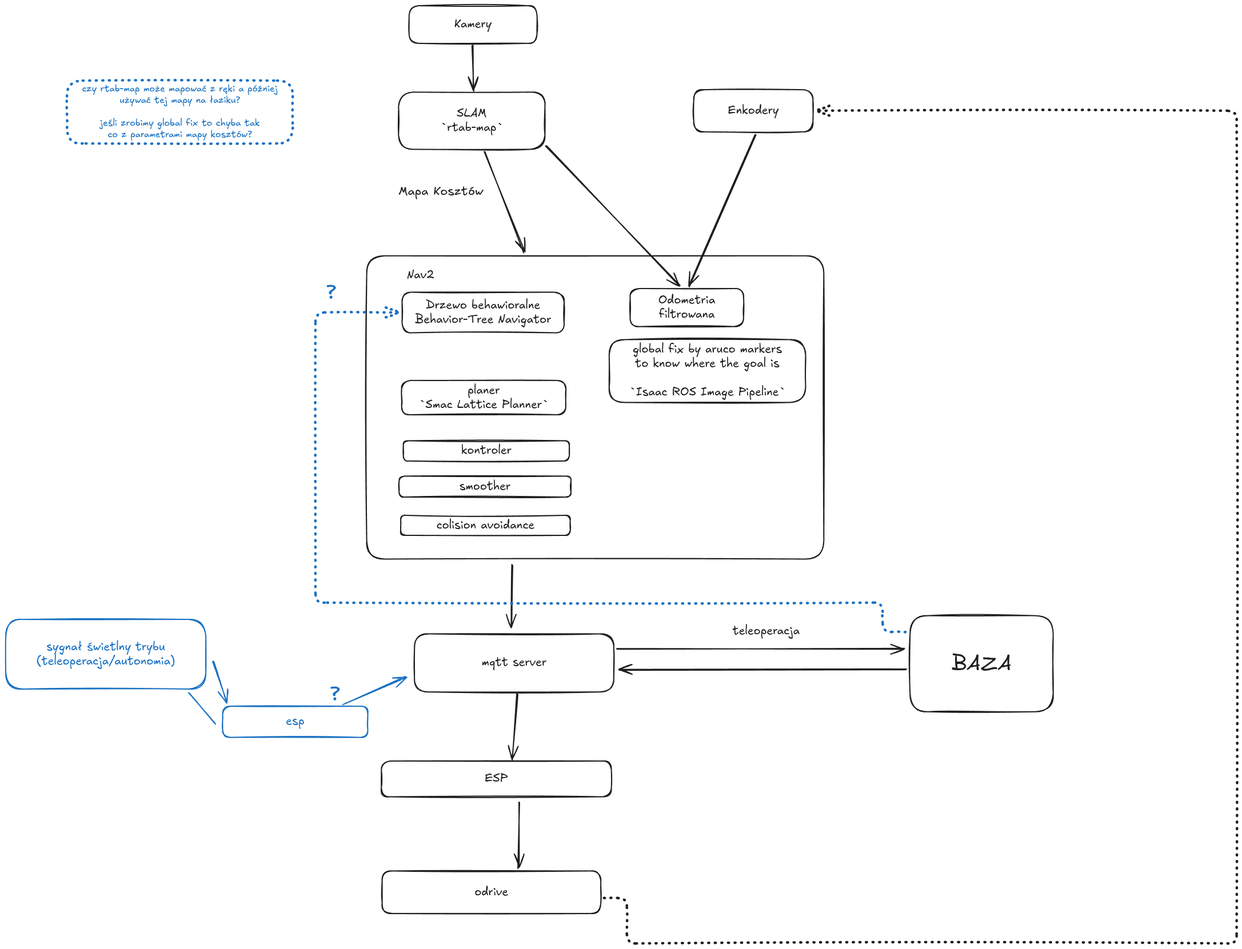
Earlier version of the Excalidraw export PLAN.excalidraw.png (knmicrochip/ORION_VI_NAVIGATION_STACK). Source tidied: one line per element, renumbered; positions are measured from the earlier drawing's top-left corner, leaving out a move shared by most shapes.
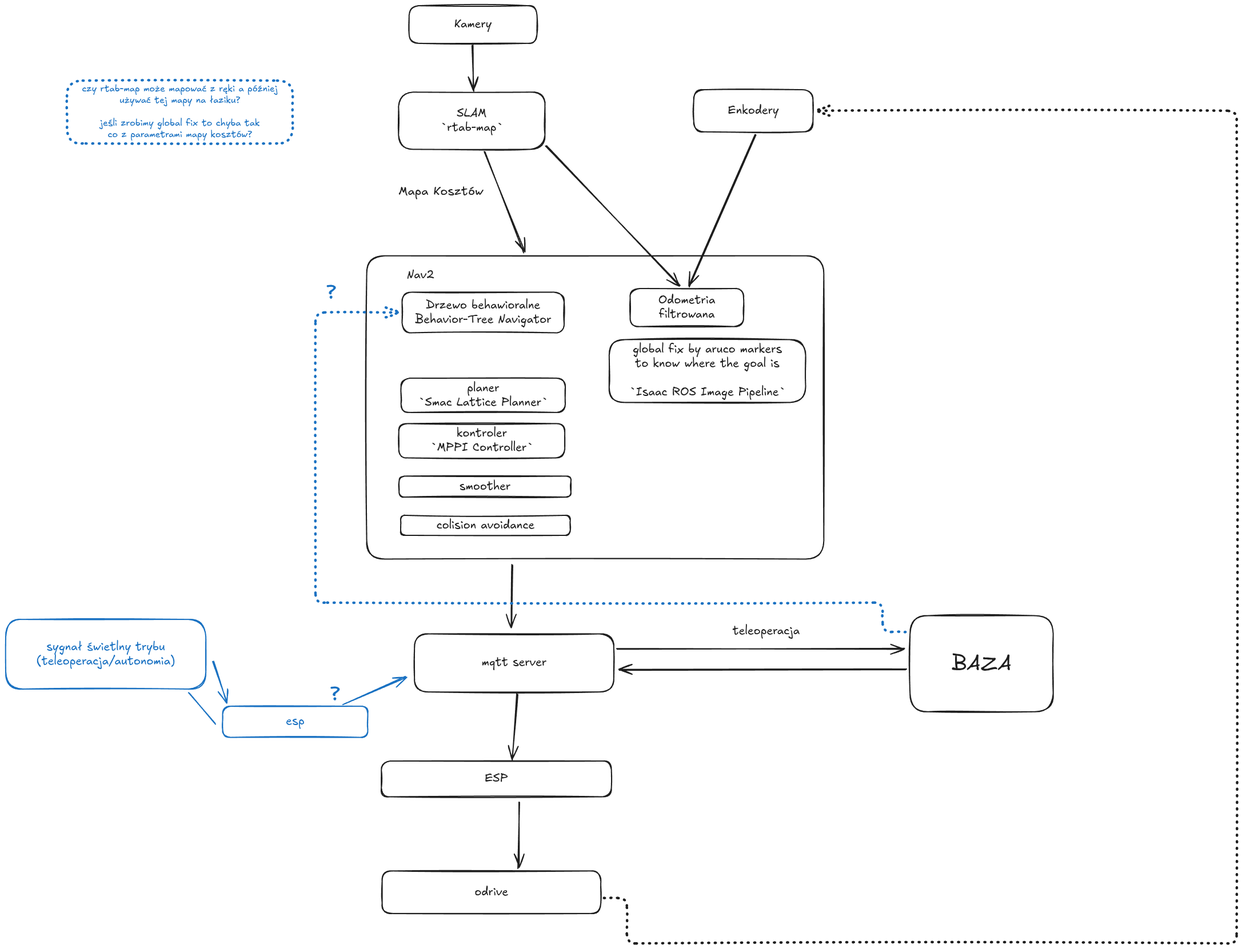
The same file after the commit.

Diff of the diagram source:
```diff
@@ -9,8 +9,8 @@
 {"id": 8, "type": "text", "text": "Nav2", "strokeColor": "#1e1e1e", "strokeWidth": 2, "roughness": 1, "fontSize": 20, "fontFamily": 5, "x": 702, "y": 459, "width": 48, "height": 25}
 {"id": 9, "type": "rectangle", "strokeColor": "#1e1e1e", "strokeWidth": 2, "roughness": 1, "round": true, "x": 693, "y": 501, "width": 284, "height": 71}
 {"id": 10, "type": "text", "text": "Drzewo behawioralne\nBehavior-Tree Navigator", "strokeColor": "#1e1e1e", "strokeWidth": 2, "roughness": 1, "fontSize": 20, "fontFamily": 5, "textAlign": "center", "verticalAlign": "middle", "inside": 9, "x": 716, "y": 512, "width": 239, "height": 50}
-{"id": 11, "type": "rectangle", "strokeColor": "#1e1e1e", "strokeWidth": 2, "roughness": 1, "round": true, "x": 696, "y": 761, "width": 290, "height": 35}
+{"id": 11, "type": "rectangle", "strokeColor": "#1e1e1e", "strokeWidth": 2, "roughness": 1, "round": true, "x": 688, "y": 731, "width": 290, "height": 60}
-{"id": 12, "type": "text", "text": "kontroler", "strokeColor": "#1e1e1e", "strokeWidth": 2, "roughness": 1, "fontSize": 20, "fontFamily": 5, "textAlign": "center", "verticalAlign": "middle", "inside": 11, "x": 797, "y": 767, "width": 88, "height": 25}
+{"id": 12, "type": "text", "text": "kontroler\n`MPPI Controller`", "strokeColor": "#1e1e1e", "strokeWidth": 2, "roughness": 1, "fontSize": 20, "fontFamily": 5, "textAlign": "center", "verticalAlign": "middle", "inside": 11, "x": 743, "y": 736, "width": 181, "height": 50}
 {"id": 13, "type": "rectangle", "strokeColor": "#1e1e1e", "strokeWidth": 2, "roughness": 1, "round": true, "x": 688, "y": 823, "width": 301, "height": 37}
 {"id": 14, "type": "text", "text": "smoother", "strokeColor": "#1e1e1e", "strokeWidth": 2, "roughness": 1, "fontSize": 20, "fontFamily": 5, "textAlign": "center", "verticalAlign": "middle", "inside": 13, "x": 794, "y": 829, "width": 89, "height": 25}
 {"id": 15, "type": "rectangle", "strokeColor": "#1e1e1e", "strokeWidth": 2, "roughness": 1, "round": true, "x": 691, "y": 892, "width": 297, "height": 35}
@@ -46,8 +46,8 @@
 {"id": 45, "type": "text", "text": "?", "strokeColor": "#1971c2", "strokeWidth": 4, "strokeStyle": "dotted", "roughness": 1, "fontSize": 36, "fontFamily": 5, "x": 568, "y": 1184, "width": 17, "height": 45}
 {"id": 46, "type": "rectangle", "strokeColor": "#1971c2", "strokeWidth": 4, "strokeStyle": "dotted", "roughness": 1, "round": true, "x": 107, "y": 131, "width": 395, "height": 110}
 {"id": 47, "type": "text", "text": "czy rtab-map może mapować z ręki a później\nużywać tej mapy na łaziku?\n\njeśli zrobimy global fix to chyba tak\nco z parametrami mapy kosztów?", "strokeColor": "#1971c2", "strokeWidth": 4, "strokeStyle": "dotted", "roughness": 1, "fontSize": 16, "fontFamily": 5, "textAlign": "center", "verticalAlign": "middle", "inside": 46, "x": 133, "y": 136, "width": 342, "height": 100}
-{"id": 48, "type": "rectangle", "strokeColor": "#1e1e1e", "strokeWidth": 2, "roughness": 1, "round": true, "x": 693, "y": 656, "width": 287, "height": 60}
+{"id": 48, "type": "rectangle", "strokeColor": "#1e1e1e", "strokeWidth": 2, "roughness": 1, "round": true, "x": 692, "y": 652, "width": 287, "height": 60}
-{"id": 49, "type": "text", "text": "planer\n`Smac Lattice Planner`", "strokeColor": "#1e1e1e", "strokeWidth": 2, "roughness": 1, "fontSize": 20, "fontFamily": 5, "textAlign": "center", "verticalAlign": "middle", "inside": 48, "x": 723, "y": 661, "width": 227, "height": 50}
+{"id": 49, "type": "text", "text": "planer\n`Smac Lattice Planner`", "strokeColor": "#1e1e1e", "strokeWidth": 2, "roughness": 1, "fontSize": 20, "fontFamily": 5, "textAlign": "center", "verticalAlign": "middle", "inside": 48, "x": 722, "y": 657, "width": 227, "height": 50}
 {"id": 50, "type": "rectangle", "strokeColor": "#1971c2", "strokeWidth": 2, "roughness": 1, "round": true, "x": 380, "y": 1226, "width": 254, "height": 55}
 {"id": 51, "type": "text", "text": "esp", "strokeColor": "#1971c2", "strokeWidth": 2, "roughness": 1, "fontSize": 20, "fontFamily": 5, "textAlign": "center", "verticalAlign": "middle", "inside": 50, "x": 490, "y": 1241, "width": 32, "height": 25}
 {"id": 52, "type": "arrow", "strokeColor": "#1971c2", "strokeWidth": 2, "roughness": 1, "endArrowhead": "arrow", "round": true, "from": 50, "to": 24, "x": 590, "y": 1223, "width": 110, "height": 49, "points": [[0, 0], [110, -49]]}
```
